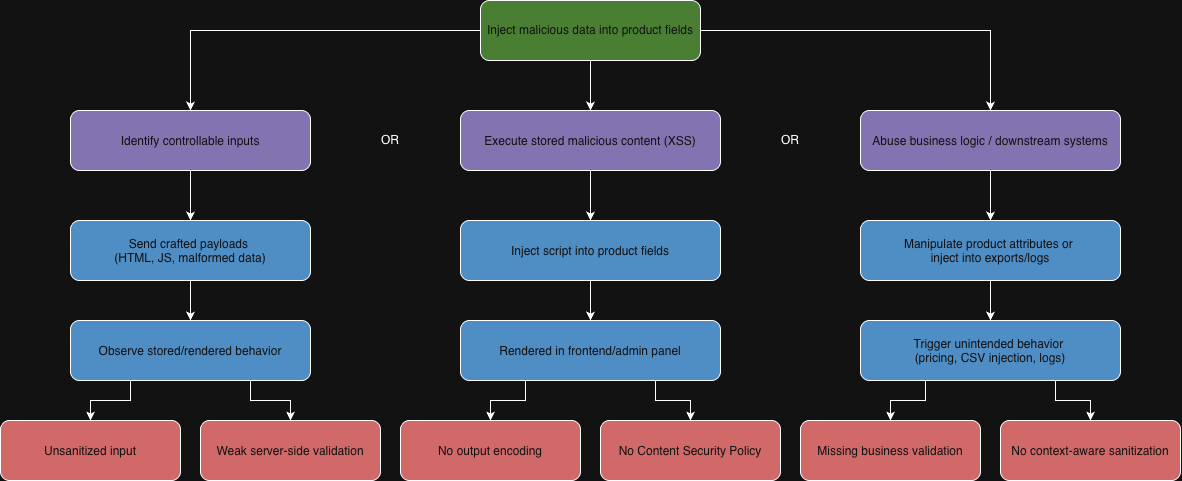
Before: docs/attack-trees/marco1250685/images/malicious-data.png, a diagram exported from draw.io (mei-desofs/desofs2026-thu_crr_1). Source tidied: cells renumbered, new cells last; positions are measured from the earlier drawing's top-left corner, leaving out a move shared by most shapes.
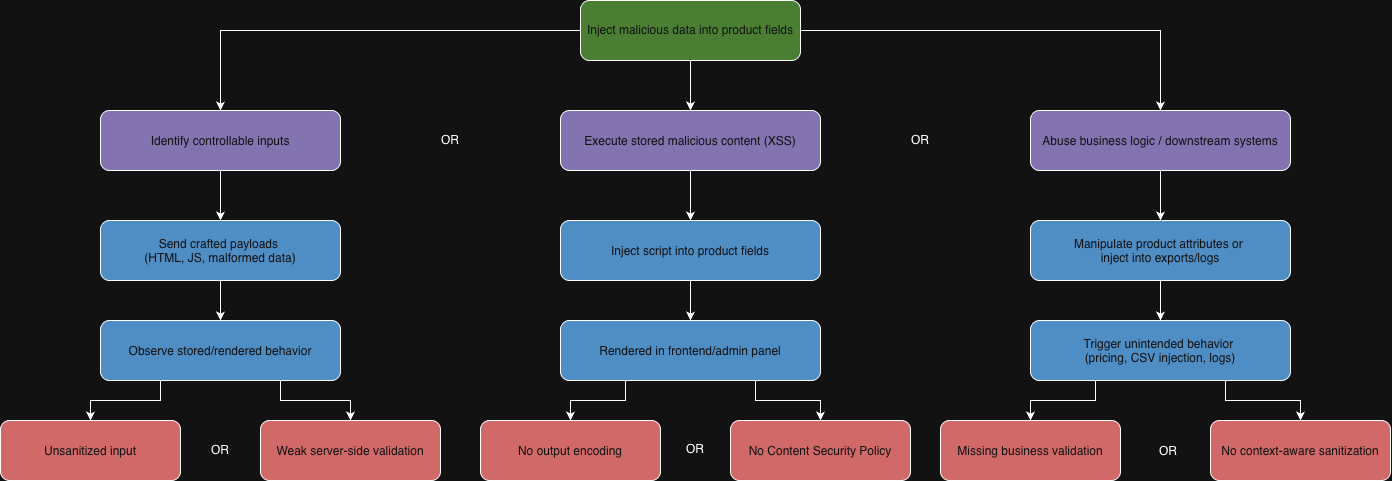
The same file after the commit.

The edit, as a diff of the source:
```diff
@@ -12,19 +12,19 @@
       <mxGeometry relative="1" as="geometry" />
     </mxCell>
     <mxCell id="5" value="Inject malicious data into product fields" style="rounded=1;whiteSpace=wrap;html=1;fillColor=#6aa84f;fontColor=#ffffff;" parent="1" vertex="1">
-      <mxGeometry x="480" width="220" height="60" as="geometry" />
+      <mxGeometry x="-135733" y="-90923" width="220" height="60" as="geometry" />
     </mxCell>
     <mxCell id="6" style="edgeStyle=orthogonalEdgeStyle;rounded=0;jettySize=auto;html=1;exitX=0.5;exitY=1;exitDx=0;exitDy=0;entryX=0.5;entryY=0;entryDx=0;entryDy=0;" parent="1" edge="1" source="7" target="9">
       <mxGeometry relative="1" as="geometry" />
     </mxCell>
     <mxCell id="7" value="Identify controllable inputs" style="rounded=1;fillColor=#8e7cc3;fontColor=#ffffff;" parent="1" vertex="1">
-      <mxGeometry x="70" y="110" width="240" height="60" as="geometry" />
+      <mxGeometry x="-136213" y="-90813" width="240" height="60" as="geometry" />
     </mxCell>
     <mxCell id="8" style="edgeStyle=orthogonalEdgeStyle;rounded=0;jettySize=auto;html=1;exitX=0.5;exitY=1;exitDx=0;exitDy=0;entryX=0.5;entryY=0;entryDx=0;entryDy=0;" parent="1" edge="1" source="9" target="12">
       <mxGeometry relative="1" as="geometry" />
     </mxCell>
     <mxCell id="9" value="Send crafted payloads &#10;(HTML, JS, malformed data)" style="rounded=1;fillColor=#3d85c6;fontColor=#ffffff;" parent="1" vertex="1">
-      <mxGeometry x="70" y="220" width="240" height="60" as="geometry" />
+      <mxGeometry x="-136213" y="-90703" width="240" height="60" as="geometry" />
     </mxCell>
     <mxCell id="10" style="edgeStyle=orthogonalEdgeStyle;rounded=0;jettySize=auto;html=1;exitX=0.25;exitY=1;exitDx=0;exitDy=0;entryX=0.5;entryY=0;entryDx=0;entryDy=0;" parent="1" edge="1" source="12" target="13">
       <mxGeometry relative="1" as="geometry" />
@@ -33,25 +33,25 @@
       <mxGeometry relative="1" as="geometry" />
     </mxCell>
     <mxCell id="12" value="Observe stored/rendered behavior" style="rounded=1;fillColor=#3d85c6;fontColor=#ffffff;" parent="1" vertex="1">
-      <mxGeometry x="70" y="320" width="240" height="60" as="geometry" />
+      <mxGeometry x="-136213" y="-90603" width="240" height="60" as="geometry" />
     </mxCell>
     <mxCell id="13" value="Unsanitized input" style="rounded=1;fillColor=#e06666;fontColor=#ffffff;" parent="1" vertex="1">
-      <mxGeometry y="420" width="180" height="60" as="geometry" />
+      <mxGeometry x="-136313" y="-90503" width="180" height="60" as="geometry" />
     </mxCell>
     <mxCell id="14" value="Weak server-side validation" style="rounded=1;fillColor=#e06666;fontColor=#ffffff;" parent="1" vertex="1">
-      <mxGeometry x="200" y="420" width="180" height="60" as="geometry" />
+      <mxGeometry x="-136053" y="-90503" width="180" height="60" as="geometry" />
     </mxCell>
     <mxCell id="15" style="edgeStyle=orthogonalEdgeStyle;rounded=0;jettySize=auto;html=1;exitX=0.5;exitY=1;exitDx=0;exitDy=0;entryX=0.5;entryY=0;entryDx=0;entryDy=0;" parent="1" edge="1" source="16" target="18">
       <mxGeometry relative="1" as="geometry" />
     </mxCell>
     <mxCell id="16" value="Execute stored malicious content (XSS)" style="rounded=1;fillColor=#8e7cc3;fontColor=#ffffff;" parent="1" vertex="1">
-      <mxGeometry x="460" y="110" width="260" height="60" as="geometry" />
+      <mxGeometry x="-135753" y="-90813" width="260" height="60" as="geometry" />
     </mxCell>
     <mxCell id="17" style="edgeStyle=orthogonalEdgeStyle;rounded=0;jettySize=auto;html=1;exitX=0.5;exitY=1;exitDx=0;exitDy=0;entryX=0.5;entryY=0;entryDx=0;entryDy=0;" parent="1" edge="1" source="18" target="21">
       <mxGeometry relative="1" as="geometry" />
     </mxCell>
     <mxCell id="18" value="Inject script into product fields" style="rounded=1;fillColor=#3d85c6;fontColor=#ffffff;" parent="1" vertex="1">
-      <mxGeometry x="460" y="220" width="260" height="60" as="geometry" />
+      <mxGeometry x="-135753" y="-90703" width="260" height="60" as="geometry" />
     </mxCell>
     <mxCell id="19" style="edgeStyle=orthogonalEdgeStyle;rounded=0;jettySize=auto;html=1;exitX=0.25;exitY=1;exitDx=0;exitDy=0;entryX=0.5;entryY=0;entryDx=0;entryDy=0;" parent="1" edge="1" source="21" target="22">
       <mxGeometry relative="1" as="geometry" />
@@ -60,25 +60,25 @@
       <mxGeometry relative="1" as="geometry" />
     </mxCell>
     <mxCell id="21" value="Rendered in frontend/admin panel" style="rounded=1;fillColor=#3d85c6;fontColor=#ffffff;" parent="1" vertex="1">
-      <mxGeometry x="460" y="320" width="260" height="60" as="geometry" />
+      <mxGeometry x="-135753" y="-90603" width="260" height="60" as="geometry" />
     </mxCell>
     <mxCell id="22" value="No output encoding" style="rounded=1;fillColor=#e06666;fontColor=#ffffff;" parent="1" vertex="1">
-      <mxGeometry x="400" y="420" width="180" height="60" as="geometry" />
+      <mxGeometry x="-135833" y="-90503" width="180" height="60" as="geometry" />
     </mxCell>
     <mxCell id="23" value="No Content Security Policy" style="rounded=1;fillColor=#e06666;fontColor=#ffffff;" parent="1" vertex="1">
-      <mxGeometry x="600" y="420" width="180" height="60" as="geometry" />
+      <mxGeometry x="-135583" y="-90503" width="180" height="60" as="geometry" />
     </mxCell>
     <mxCell id="24" style="edgeStyle=orthogonalEdgeStyle;rounded=0;jettySize=auto;html=1;exitX=0.5;exitY=1;exitDx=0;exitDy=0;entryX=0.5;entryY=0;entryDx=0;entryDy=0;" parent="1" edge="1" source="25" target="27">
       <mxGeometry relative="1" as="geometry" />
     </mxCell>
     <mxCell id="25" value="Abuse business logic / downstream systems" style="rounded=1;fillColor=#8e7cc3;fontColor=#ffffff;" parent="1" vertex="1">
-      <mxGeometry x="860" y="110" width="260" height="60" as="geometry" />
+      <mxGeometry x="-135283" y="-90813" width="260" height="60" as="geometry" />
     </mxCell>
     <mxCell id="26" style="edgeStyle=orthogonalEdgeStyle;rounded=0;jettySize=auto;html=1;exitX=0.5;exitY=1;exitDx=0;exitDy=0;entryX=0.5;entryY=0;entryDx=0;entryDy=0;" parent="1" edge="1" source="27" target="30">
       <mxGeometry relative="1" as="geometry" />
     </mxCell>
     <mxCell id="27" value="Manipulate product attributes or &#10;inject into exports/logs" style="rounded=1;fillColor=#3d85c6;fontColor=#ffffff;" parent="1" vertex="1">
-      <mxGeometry x="860" y="220" width="260" height="60" as="geometry" />
+      <mxGeometry x="-135283" y="-90703" width="260" height="60" as="geometry" />
     </mxCell>
     <mxCell id="28" style="edgeStyle=orthogonalEdgeStyle;rounded=0;jettySize=auto;html=1;exitX=0.25;exitY=1;exitDx=0;exitDy=0;entryX=0.5;entryY=0;entryDx=0;entryDy=0;" parent="1" edge="1" source="30" target="31">
       <mxGeometry relative="1" as="geometry" />
@@ -87,19 +87,28 @@
       <mxGeometry relative="1" as="geometry" />
     </mxCell>
     <mxCell id="30" value="Trigger unintended behavior &#10;(pricing, CSV injection, logs)" style="rounded=1;fillColor=#3d85c6;fontColor=#ffffff;" parent="1" vertex="1">
-      <mxGeometry x="860" y="320" width="260" height="60" as="geometry" />
+      <mxGeometry x="-135283" y="-90603" width="260" height="60" as="geometry" />
     </mxCell>
     <mxCell id="31" value="Missing business validation" style="rounded=1;fillColor=#e06666;fontColor=#ffffff;" parent="1" vertex="1">
-      <mxGeometry x="800" y="420" width="180" height="60" as="geometry" />
+      <mxGeometry x="-135373" y="-90503" width="180" height="60" as="geometry" />
     </mxCell>
     <mxCell id="32" value="No context-aware sanitization" style="rounded=1;fillColor=#e06666;fontColor=#ffffff;" parent="1" vertex="1">
-      <mxGeometry x="1000" y="420" width="180" height="60" as="geometry" />
+      <mxGeometry x="-135103" y="-90503" width="180" height="60" as="geometry" />
     </mxCell>
     <mxCell id="33" value="OR" style="text;html=1;whiteSpace=wrap;strokeColor=none;fillColor=none;align=center;verticalAlign=middle;rounded=0;" parent="1" vertex="1">
-      <mxGeometry x="360" y="125" width="60" height="30" as="geometry" />
+      <mxGeometry x="-135893" y="-90798" width="60" height="30" as="geometry" />
     </mxCell>
     <mxCell id="34" value="OR" style="text;html=1;whiteSpace=wrap;strokeColor=none;fillColor=none;align=center;verticalAlign=middle;rounded=0;" parent="1" vertex="1">
-      <mxGeometry x="760" y="125" width="60" height="30" as="geometry" />
+      <mxGeometry x="-135423" y="-90798" width="60" height="30" as="geometry" />
     </mxCell>
+    <mxCell id="35" value="OR" style="text;html=1;whiteSpace=wrap;strokeColor=none;fillColor=none;align=center;verticalAlign=middle;rounded=0;" parent="1" vertex="1">
+      <mxGeometry x="-136123" y="-90488" width="60" height="30" as="geometry" />
+    </mxCell>
+    <mxCell id="36" value="OR" style="text;html=1;whiteSpace=wrap;strokeColor=none;fillColor=none;align=center;verticalAlign=middle;rounded=0;" parent="1" vertex="1">
+      <mxGeometry x="-135175" y="-90487" width="60" height="30" as="geometry" />
+    </mxCell>
+    <mxCell id="37" value="OR" style="text;html=1;whiteSpace=wrap;strokeColor=none;fillColor=none;align=center;verticalAlign=middle;rounded=0;" parent="1" vertex="1">
+      <mxGeometry x="-135648" y="-90489" width="60" height="30" as="geometry" />
+    </mxCell>
   </root>
 </mxGraphModel>
```
